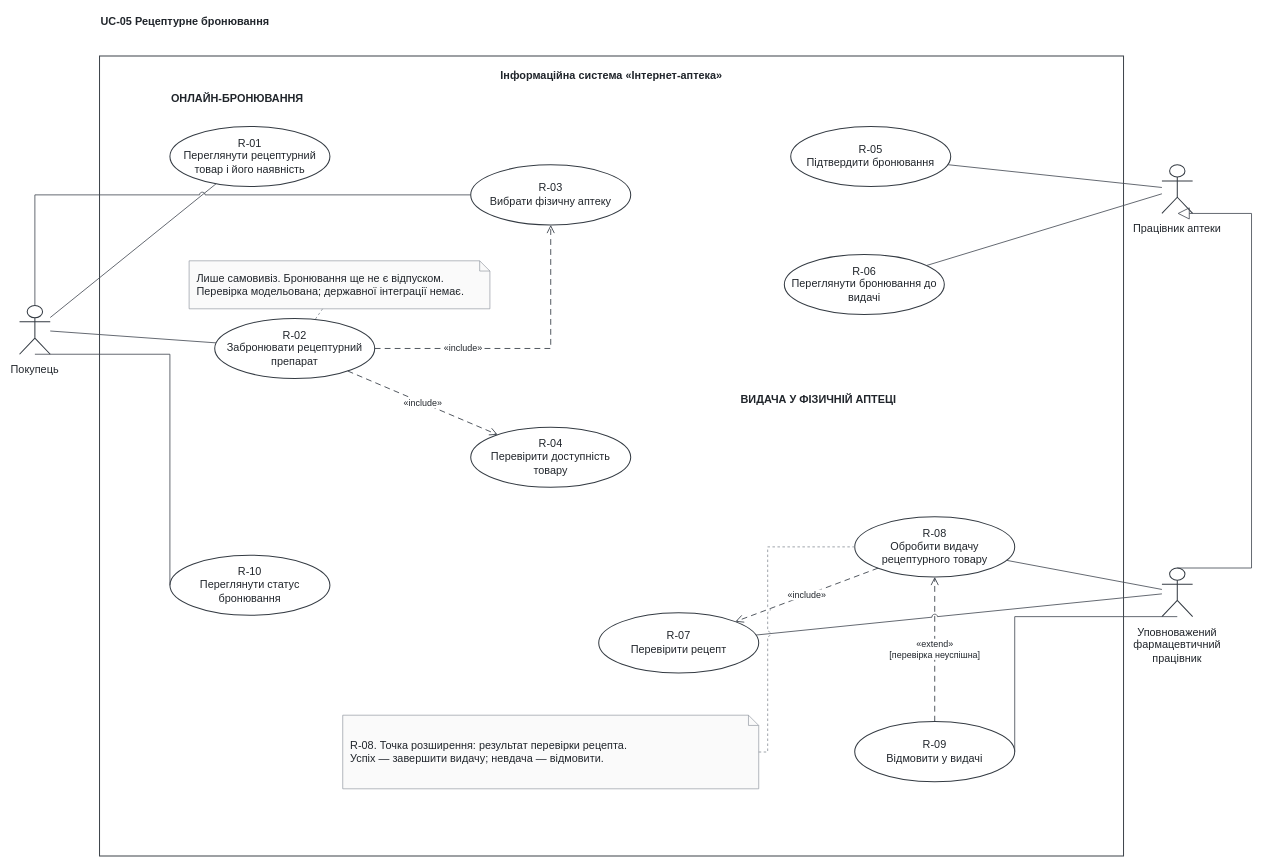
This is page "UC-05 Prescription Reservation" (6 of 6) of docs/diagrams/Internet_Pharmacy_Use_Cases.drawio from petro-fedyk/software-doc-design-project, a draw.io file, before an edit. Source tidied: cells renumbered, new cells numbered last; positions are measured from the earlier drawing's top-left corner, leaving out a move shared by most shapes. Both pictures are drawn from the tidied source at 64%, with x=0, y=0 at pixel (19, 11).
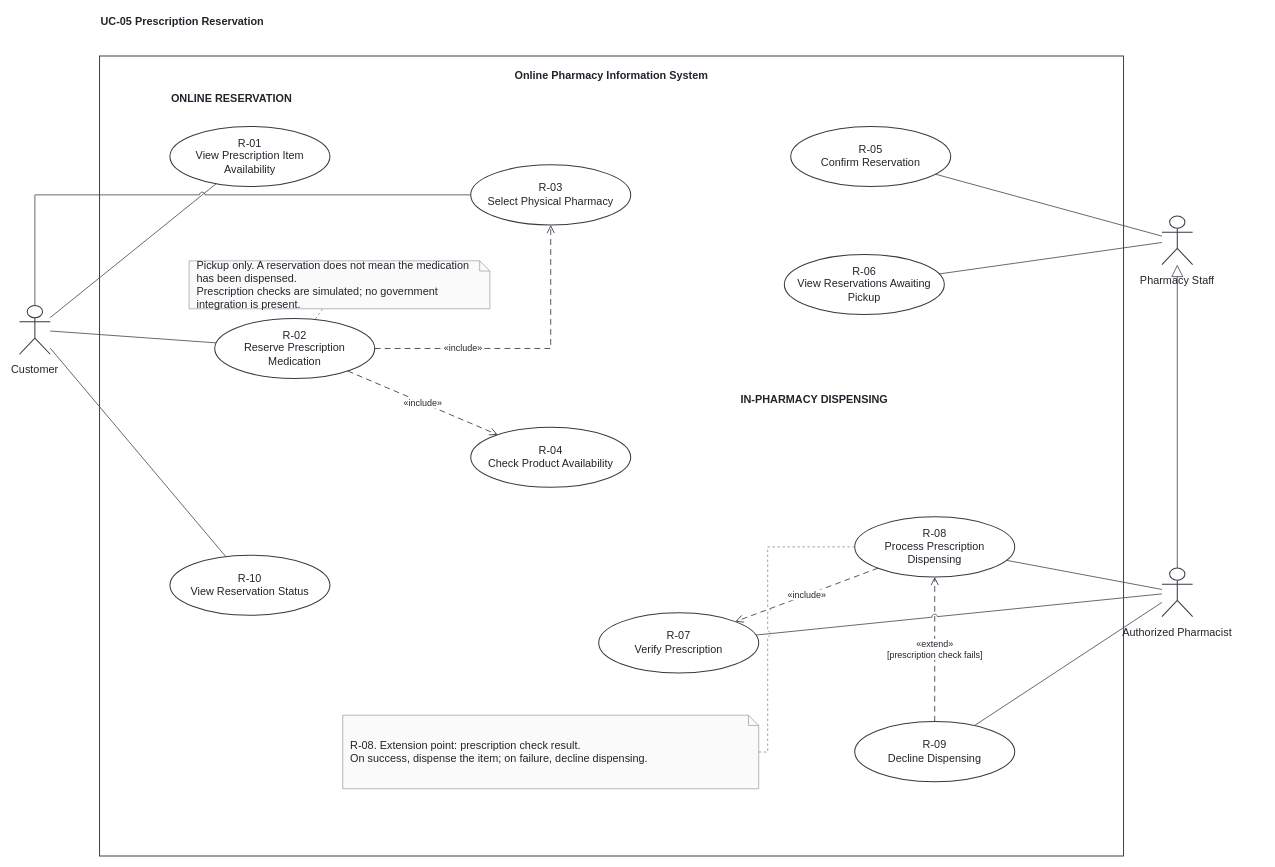
The same page after the edit.

What changed in the source:
```diff
@@
-    <mxCell id="2" value="Інформаційна система «Інтернет-аптека»" style="rounded=0;fillColor=none;strokeColor=#40464d;strokeWidth=1.6;verticalAlign=top;align=center;spacingTop=14;fontStyle=1;fontSize=20;html=1;whiteSpace=wrap;fontFamily=Arial;fontSize=17;fontColor=#20252b;" parent="1" vertex="1">
+    <mxCell id="2" value="Online Pharmacy Information System" style="rounded=0;fillColor=none;strokeColor=#40464d;strokeWidth=1.6;verticalAlign=top;align=center;spacingTop=14;fontStyle=1;fontSize=20;html=1;whiteSpace=wrap;fontFamily=Arial;fontSize=17;fontColor=#20252b;" parent="1" vertex="1">
       <mxGeometry x="125" y="70" width="1600" height="1250" as="geometry" />
     </mxCell>
-    <mxCell id="3" value="UC-05 Рецептурне бронювання" style="text;align=left;fontStyle=1;fontSize=24;html=1;whiteSpace=wrap;fontFamily=Arial;fontSize=17;fontColor=#20252b;" parent="1" vertex="1">
+    <mxCell id="3" value="UC-05 Prescription Reservation" style="text;align=left;fontStyle=1;fontSize=24;html=1;whiteSpace=wrap;fontFamily=Arial;fontSize=17;fontColor=#20252b;" parent="1" vertex="1">
       <mxGeometry x="125" width="1600" height="40" as="geometry" />
     </mxCell>
-    <mxCell id="4" value="R-01&lt;br&gt;Переглянути рецептурний товар і його наявність" style="ellipse;fillColor=#ffffff;strokeColor=#343b43;strokeWidth=1.6;spacing=9;html=1;whiteSpace=wrap;fontFamily=Arial;fontSize=17;fontColor=#20252b;" parent="1" vertex="1">
+    <mxCell id="4" value="R-01&lt;br&gt;View Prescription Item Availability" style="ellipse;fillColor=#ffffff;strokeColor=#343b43;strokeWidth=1.6;spacing=9;html=1;whiteSpace=wrap;fontFamily=Arial;fontSize=17;fontColor=#20252b;" parent="1" vertex="1">
       <mxGeometry x="235" y="180" width="250" height="94" as="geometry" />
     </mxCell>
-    <mxCell id="5" value="R-02&lt;br&gt;Забронювати рецептурний препарат" style="ellipse;fillColor=#ffffff;strokeColor=#343b43;strokeWidth=1.6;spacing=9;html=1;whiteSpace=wrap;fontFamily=Arial;fontSize=17;fontColor=#20252b;" parent="1" vertex="1">
+    <mxCell id="5" value="R-02&lt;br&gt;Reserve Prescription Medication" style="ellipse;fillColor=#ffffff;strokeColor=#343b43;strokeWidth=1.6;spacing=9;html=1;whiteSpace=wrap;fontFamily=Arial;fontSize=17;fontColor=#20252b;" parent="1" vertex="1">
       <mxGeometry x="305" y="480" width="250" height="94" as="geometry" />
     </mxCell>
-    <mxCell id="6" value="R-03&lt;br&gt;Вибрати фізичну аптеку" style="ellipse;fillColor=#ffffff;strokeColor=#343b43;strokeWidth=1.6;spacing=9;html=1;whiteSpace=wrap;fontFamily=Arial;fontSize=17;fontColor=#20252b;" parent="1" vertex="1">
+    <mxCell id="6" value="R-03&lt;br&gt;Select Physical Pharmacy" style="ellipse;fillColor=#ffffff;strokeColor=#343b43;strokeWidth=1.6;spacing=9;html=1;whiteSpace=wrap;fontFamily=Arial;fontSize=17;fontColor=#20252b;" parent="1" vertex="1">
       <mxGeometry x="705" y="240" width="250" height="94" as="geometry" />
     </mxCell>
-    <mxCell id="7" value="R-04&lt;br&gt;Перевірити доступність товару" style="ellipse;fillColor=#ffffff;strokeColor=#343b43;strokeWidth=1.6;spacing=9;html=1;whiteSpace=wrap;fontFamily=Arial;fontSize=17;fontColor=#20252b;" parent="1" vertex="1">
+    <mxCell id="7" value="R-04&lt;br&gt;Check Product Availability" style="ellipse;fillColor=#ffffff;strokeColor=#343b43;strokeWidth=1.6;spacing=9;html=1;whiteSpace=wrap;fontFamily=Arial;fontSize=17;fontColor=#20252b;" parent="1" vertex="1">
       <mxGeometry x="705" y="650" width="250" height="94" as="geometry" />
     </mxCell>
-    <mxCell id="8" value="R-10&lt;br&gt;Переглянути статус бронювання" style="ellipse;fillColor=#ffffff;strokeColor=#343b43;strokeWidth=1.6;spacing=9;html=1;whiteSpace=wrap;fontFamily=Arial;fontSize=17;fontColor=#20252b;" parent="1" vertex="1">
+    <mxCell id="8" value="R-10&lt;br&gt;View Reservation Status" style="ellipse;fillColor=#ffffff;strokeColor=#343b43;strokeWidth=1.6;spacing=9;html=1;whiteSpace=wrap;fontFamily=Arial;fontSize=17;fontColor=#20252b;" parent="1" vertex="1">
       <mxGeometry x="235" y="850" width="250" height="94" as="geometry" />
     </mxCell>
-    <mxCell id="9" value="R-05&lt;br&gt;Підтвердити бронювання" style="ellipse;fillColor=#ffffff;strokeColor=#343b43;strokeWidth=1.6;spacing=9;html=1;whiteSpace=wrap;fontFamily=Arial;fontSize=17;fontColor=#20252b;" parent="1" vertex="1">
+    <mxCell id="9" value="R-05&lt;br&gt;Confirm Reservation" style="ellipse;fillColor=#ffffff;strokeColor=#343b43;strokeWidth=1.6;spacing=9;html=1;whiteSpace=wrap;fontFamily=Arial;fontSize=17;fontColor=#20252b;" parent="1" vertex="1">
       <mxGeometry x="1205" y="180" width="250" height="94" as="geometry" />
     </mxCell>
-    <mxCell id="10" value="R-06&lt;br&gt;Переглянути бронювання до видачі" style="ellipse;fillColor=#ffffff;strokeColor=#343b43;strokeWidth=1.6;spacing=9;html=1;whiteSpace=wrap;fontFamily=Arial;fontSize=17;fontColor=#20252b;" parent="1" vertex="1">
+    <mxCell id="10" value="R-06&lt;br&gt;View Reservations Awaiting Pickup" style="ellipse;fillColor=#ffffff;strokeColor=#343b43;strokeWidth=1.6;spacing=9;html=1;whiteSpace=wrap;fontFamily=Arial;fontSize=17;fontColor=#20252b;" parent="1" vertex="1">
       <mxGeometry x="1195" y="380" width="250" height="94" as="geometry" />
     </mxCell>
-    <mxCell id="11" value="R-07&lt;br&gt;Перевірити рецепт" style="ellipse;fillColor=#ffffff;strokeColor=#343b43;strokeWidth=1.6;spacing=9;html=1;whiteSpace=wrap;fontFamily=Arial;fontSize=17;fontColor=#20252b;" parent="1" vertex="1">
+    <mxCell id="11" value="R-07&lt;br&gt;Verify Prescription" style="ellipse;fillColor=#ffffff;strokeColor=#343b43;strokeWidth=1.6;spacing=9;html=1;whiteSpace=wrap;fontFamily=Arial;fontSize=17;fontColor=#20252b;" parent="1" vertex="1">
       <mxGeometry x="905" y="940" width="250" height="94" as="geometry" />
     </mxCell>
-    <mxCell id="12" value="R-08&lt;br&gt;Обробити видачу рецептурного товару" style="ellipse;fillColor=#ffffff;strokeColor=#343b43;strokeWidth=1.6;spacing=9;html=1;whiteSpace=wrap;fontFamily=Arial;fontSize=17;fontColor=#20252b;" parent="1" vertex="1">
+    <mxCell id="12" value="R-08&lt;br&gt;Process Prescription Dispensing" style="ellipse;fillColor=#ffffff;strokeColor=#343b43;strokeWidth=1.6;spacing=9;html=1;whiteSpace=wrap;fontFamily=Arial;fontSize=17;fontColor=#20252b;" parent="1" vertex="1">
       <mxGeometry x="1305" y="790" width="250" height="94" as="geometry" />
     </mxCell>
-    <mxCell id="13" value="R-09&lt;br&gt;Відмовити у видачі" style="ellipse;fillColor=#ffffff;strokeColor=#343b43;strokeWidth=1.6;spacing=9;html=1;whiteSpace=wrap;fontFamily=Arial;fontSize=17;fontColor=#20252b;" parent="1" vertex="1">
+    <mxCell id="13" value="R-09&lt;br&gt;Decline Dispensing" style="ellipse;fillColor=#ffffff;strokeColor=#343b43;strokeWidth=1.6;spacing=9;html=1;whiteSpace=wrap;fontFamily=Arial;fontSize=17;fontColor=#20252b;" parent="1" vertex="1">
       <mxGeometry x="1305" y="1110" width="250" height="94" as="geometry" />
     </mxCell>
-    <mxCell id="14" value="ОНЛАЙН-БРОНЮВАННЯ" style="text;align=left;fontSize=15;fontStyle=1;fontColor=#606974;html=1;whiteSpace=wrap;fontFamily=Arial;fontSize=17;fontColor=#20252b;" parent="1" vertex="1">
+    <mxCell id="14" value="ONLINE RESERVATION" style="text;align=left;fontSize=15;fontStyle=1;fontColor=#606974;html=1;whiteSpace=wrap;fontFamily=Arial;fontSize=17;fontColor=#20252b;" parent="1" vertex="1">
       <mxGeometry x="235" y="120" width="600" height="30" as="geometry" />
     </mxCell>
-    <mxCell id="15" value="ВИДАЧА У ФІЗИЧНІЙ АПТЕЦІ" style="text;align=left;fontSize=15;fontStyle=1;fontColor=#606974;html=1;whiteSpace=wrap;fontFamily=Arial;fontSize=17;fontColor=#20252b;" parent="1" vertex="1">
+    <mxCell id="15" value="IN-PHARMACY DISPENSING" style="text;align=left;fontSize=15;fontStyle=1;fontColor=#606974;html=1;whiteSpace=wrap;fontFamily=Arial;fontSize=17;fontColor=#20252b;" parent="1" vertex="1">
       <mxGeometry x="1125" y="590" width="600" height="30" as="geometry" />
     </mxCell>
-    <mxCell id="16" value="Покупець" style="shape=umlActor;verticalLabelPosition=bottom;verticalAlign=top;labelPosition=center;align=center;labelWidth=200;spacingTop=8;outlineConnect=0;fillColor=#ffffff;strokeColor=#343b43;strokeWidth=1.6;html=1;whiteSpace=wrap;fontFamily=Arial;fontSize=17;fontColor=#20252b;" parent="1" vertex="1">
+    <mxCell id="16" value="Customer" style="shape=umlActor;verticalLabelPosition=bottom;verticalAlign=top;labelPosition=center;align=center;labelWidth=200;spacingTop=8;outlineConnect=0;fillColor=#ffffff;strokeColor=#343b43;strokeWidth=1.6;html=1;whiteSpace=wrap;fontFamily=Arial;fontSize=17;fontColor=#20252b;" parent="1" vertex="1">
       <mxGeometry y="460" width="48" height="76" as="geometry" />
     </mxCell>
-    <mxCell id="17" value="Працівник аптеки" style="shape=umlActor;verticalLabelPosition=bottom;verticalAlign=top;labelPosition=center;align=center;labelWidth=200;spacingTop=8;outlineConnect=0;fillColor=#ffffff;strokeColor=#343b43;strokeWidth=1.6;html=1;whiteSpace=wrap;fontFamily=Arial;fontSize=17;fontColor=#20252b;" parent="1" vertex="1">
-      <mxGeometry x="1785" y="240" width="48" height="76" as="geometry" />
+    <mxCell id="17" value="Pharmacy Staff" style="shape=umlActor;verticalLabelPosition=bottom;verticalAlign=top;labelPosition=center;align=center;labelWidth=200;spacingTop=8;outlineConnect=0;fillColor=#ffffff;strokeColor=#343b43;strokeWidth=1.6;html=1;whiteSpace=wrap;fontFamily=Arial;fontSize=17;fontColor=#20252b;" parent="1" vertex="1">
+      <mxGeometry x="1785" y="320" width="48" height="76" as="geometry" />
     </mxCell>
-    <mxCell id="18" value="Уповноважений фармацевтичний працівник" style="shape=umlActor;verticalLabelPosition=bottom;verticalAlign=top;labelPosition=center;align=center;labelWidth=200;spacingTop=8;outlineConnect=0;fillColor=#ffffff;strokeColor=#343b43;strokeWidth=1.6;html=1;whiteSpace=wrap;fontFamily=Arial;fontSize=17;fontColor=#20252b;" parent="1" vertex="1">
+    <mxCell id="18" value="Authorized Pharmacist" style="shape=umlActor;verticalLabelPosition=bottom;verticalAlign=top;labelPosition=center;align=center;labelWidth=200;spacingTop=8;outlineConnect=0;fillColor=#ffffff;strokeColor=#343b43;strokeWidth=1.6;html=1;whiteSpace=wrap;fontFamily=Arial;fontSize=17;fontColor=#20252b;" parent="1" vertex="1">
       <mxGeometry x="1785" y="870" width="48" height="76" as="geometry" />
     </mxCell>
-    <mxCell id="19" value="R-08. Точка розширення: результат перевірки рецепта.&lt;br&gt;Успіх — завершити видачу; невдача — відмовити." style="shape=note;size=16;align=left;verticalAlign=middle;spacing=12;fillColor=#fafafa;strokeColor=#8b929a;fontSize=15;html=1;whiteSpace=wrap;fontFamily=Arial;fontSize=17;fontColor=#20252b;" parent="1" vertex="1">
+    <mxCell id="19" value="R-08. Extension point: prescription check result.&lt;br&gt;On success, dispense the item; on failure, decline dispensing." style="shape=note;size=16;align=left;verticalAlign=middle;spacing=12;fillColor=#fafafa;strokeColor=#8b929a;fontSize=15;html=1;whiteSpace=wrap;fontFamily=Arial;fontSize=17;fontColor=#20252b;" parent="1" vertex="1">
       <mxGeometry x="505" y="1100" width="650" height="115" as="geometry" />
     </mxCell>
-    <mxCell id="20" value="Лише самовивіз. Бронювання ще не є відпуском.&lt;br&gt;Перевірка модельована; державної інтеграції немає." style="shape=note;size=16;align=left;verticalAlign=middle;spacing=12;fillColor=#fafafa;strokeColor=#8b929a;fontSize=15;html=1;whiteSpace=wrap;fontFamily=Arial;fontSize=17;fontColor=#20252b;" parent="1" vertex="1">
+    <mxCell id="20" value="Pickup only. A reservation does not mean the medication has been dispensed.&lt;br&gt;Prescription checks are simulated; no government integration is present." style="shape=note;size=16;align=left;verticalAlign=middle;spacing=12;fillColor=#fafafa;strokeColor=#8b929a;fontSize=15;html=1;whiteSpace=wrap;fontFamily=Arial;fontSize=17;fontColor=#20252b;" parent="1" vertex="1">
       <mxGeometry x="265" y="390" width="470" height="75" as="geometry" />
     </mxCell>
@@
-    <mxCell id="24" value="«extend»&lt;br&gt;[перевірка неуспішна]" style="edgeStyle=none;rounded=0;html=1;strokeWidth=1.3;strokeColor=#303740;fontFamily=Arial;fontSize=14;fontColor=#20252b;labelBackgroundColor=#ffffff;jumpStyle=arc;jumpSize=8;dashed=1;dashPattern=7 5;endArrow=open;endFill=0;endSize=10;exitX=0.5000000;exitY=0.0000000;exitPerimeter=0;entryX=0.5000000;entryY=1.0000000;entryPerimeter=0;" parent="1" edge="1" source="13" target="12">
+    <mxCell id="24" value="«extend»&lt;br&gt;[prescription check fails]" style="edgeStyle=none;rounded=0;html=1;strokeWidth=1.3;strokeColor=#303740;fontFamily=Arial;fontSize=14;fontColor=#20252b;labelBackgroundColor=#ffffff;jumpStyle=arc;jumpSize=8;dashed=1;dashPattern=7 5;endArrow=open;endFill=0;endSize=10;exitX=0.5000000;exitY=0.0000000;exitPerimeter=0;entryX=0.5000000;entryY=1.0000000;entryPerimeter=0;" parent="1" edge="1" source="13" target="12">
       <mxGeometry relative="1" as="geometry" />
     </mxCell>
-    <mxCell id="25" style="edgeStyle=none;rounded=0;html=1;strokeWidth=1.3;strokeColor=#454c55;fontFamily=Arial;fontSize=14;fontColor=#20252b;labelBackgroundColor=#ffffff;jumpStyle=arc;jumpSize=8;endArrow=block;endFill=0;endSize=16;exitX=0.5000000;exitY=0.0000000;exitPerimeter=0;entryX=0.5000000;entryY=1.0000000;entryPerimeter=0;" parent="1" edge="1" source="18" target="17">
-      <mxGeometry relative="1" as="geometry">
-        <Array as="points">
-          <mxPoint x="1925" y="870" />
-          <mxPoint x="1925" y="316" />
-        </Array>
-      </mxGeometry>
+    <mxCell id="25" style="edgeStyle=none;rounded=0;html=1;strokeWidth=1.3;strokeColor=#454c55;fontFamily=Arial;fontSize=14;fontColor=#20252b;labelBackgroundColor=#ffffff;jumpStyle=arc;jumpSize=8;endArrow=block;endFill=0;endSize=16;exitX=0.500000;exitY=0.000000;exitPerimeter=0;entryX=0.500000;entryY=1.000000;entryPerimeter=0;" parent="1" edge="1" source="18" target="17">
+      <mxGeometry relative="1" as="geometry" />
     </mxCell>
-    <mxCell id="26" style="edgeStyle=none;rounded=0;html=1;strokeWidth=1.3;strokeColor=#454c55;fontFamily=Arial;fontSize=14;fontColor=#20252b;labelBackgroundColor=#ffffff;jumpStyle=arc;jumpSize=8;endArrow=none;exitX=1.0000000;exitY=0.2453008;exitPerimeter=0;entryX=0.2887367;entryY=0.9531753;entryPerimeter=0;" parent="1" edge="1" source="16" target="4">
+    <mxCell id="26" style="edgeStyle=none;rounded=0;html=1;strokeWidth=1.3;strokeColor=#454c55;fontFamily=Arial;fontSize=14;fontColor=#20252b;labelBackgroundColor=#ffffff;jumpStyle=arc;jumpSize=8;endArrow=none;exitX=1.000000;exitY=0.245301;exitPerimeter=0;entryX=0.288737;entryY=0.953175;entryPerimeter=0;" parent="1" edge="1" source="16" target="4">
       <mxGeometry relative="1" as="geometry" />
     </mxCell>
-    <mxCell id="27" style="edgeStyle=none;rounded=0;html=1;strokeWidth=1.3;strokeColor=#454c55;fontFamily=Arial;fontSize=14;fontColor=#20252b;labelBackgroundColor=#ffffff;jumpStyle=arc;jumpSize=8;endArrow=none;exitX=1.0000000;exitY=0.5225564;exitPerimeter=0;entryX=0.0087850;entryY=0.4066841;entryPerimeter=0;" parent="1" edge="1" source="16" target="5">
+    <mxCell id="27" style="edgeStyle=none;rounded=0;html=1;strokeWidth=1.3;strokeColor=#454c55;fontFamily=Arial;fontSize=14;fontColor=#20252b;labelBackgroundColor=#ffffff;jumpStyle=arc;jumpSize=8;endArrow=none;exitX=1.000000;exitY=0.522556;exitPerimeter=0;entryX=0.008785;entryY=0.406684;entryPerimeter=0;" parent="1" edge="1" source="16" target="5">
       <mxGeometry relative="1" as="geometry" />
     </mxCell>
-    <mxCell id="28" style="edgeStyle=none;rounded=0;html=1;strokeWidth=1.3;strokeColor=#454c55;fontFamily=Arial;fontSize=14;fontColor=#20252b;labelBackgroundColor=#ffffff;jumpStyle=arc;jumpSize=8;endArrow=none;exitX=0.5000000;exitY=0.0000000;exitPerimeter=0;entryX=0.0000000;entryY=0.5000000;entryPerimeter=0;" parent="1" edge="1" source="16" target="6">
+    <mxCell id="28" style="edgeStyle=none;rounded=0;html=1;strokeWidth=1.3;strokeColor=#454c55;fontFamily=Arial;fontSize=14;fontColor=#20252b;labelBackgroundColor=#ffffff;jumpStyle=arc;jumpSize=8;endArrow=none;exitX=0.500000;exitY=0.000000;exitPerimeter=0;entryX=0.000000;entryY=0.500000;entryPerimeter=0;" parent="1" edge="1" source="16" target="6">
       <mxGeometry relative="1" as="geometry">
         <Array as="points">
           <mxPoint x="24" y="287" />
         </Array>
       </mxGeometry>
     </mxCell>
-    <mxCell id="29" style="edgeStyle=none;rounded=0;html=1;strokeWidth=1.3;strokeColor=#454c55;fontFamily=Arial;fontSize=14;fontColor=#20252b;labelBackgroundColor=#ffffff;jumpStyle=arc;jumpSize=8;endArrow=none;exitX=0.5000000;exitY=1.0000000;exitPerimeter=0;entryX=0.0000000;entryY=0.5000000;entryPerimeter=0;" parent="1" edge="1" source="16" target="8">
-      <mxGeometry relative="1" as="geometry">
-        <Array as="points">
-          <mxPoint x="235" y="536" />
-        </Array>
-      </mxGeometry>
+    <mxCell id="29" style="edgeStyle=none;rounded=0;html=1;strokeWidth=1.3;strokeColor=#454c55;fontFamily=Arial;fontSize=14;fontColor=#20252b;labelBackgroundColor=#ffffff;jumpStyle=arc;jumpSize=8;endArrow=none;exitX=1.000000;exitY=0.875000;exitPerimeter=0;entryX=0.349069;entryY=0.023324;entryPerimeter=0;" parent="1" edge="1" source="16" target="8">
+      <mxGeometry relative="1" as="geometry" />
     </mxCell>
-    <mxCell id="30" style="edgeStyle=none;rounded=0;html=1;strokeWidth=1.3;strokeColor=#454c55;fontFamily=Arial;fontSize=14;fontColor=#20252b;labelBackgroundColor=#ffffff;jumpStyle=arc;jumpSize=8;endArrow=none;exitX=0.0000000;exitY=0.4663773;exitPerimeter=0;entryX=0.9810840;entryY=0.6362284;entryPerimeter=0;" parent="1" edge="1" source="17" target="9">
+    <mxCell id="30" style="edgeStyle=none;rounded=0;html=1;strokeWidth=1.3;strokeColor=#454c55;fontFamily=Arial;fontSize=14;fontColor=#20252b;labelBackgroundColor=#ffffff;jumpStyle=arc;jumpSize=8;endArrow=none;exitX=0.000000;exitY=0.413636;exitPerimeter=0;entryX=0.904352;entryY=0.794108;entryPerimeter=0;" parent="1" edge="1" source="17" target="9">
       <mxGeometry relative="1" as="geometry" />
     </mxCell>
-    <mxCell id="31" style="edgeStyle=none;rounded=0;html=1;strokeWidth=1.3;strokeColor=#454c55;fontFamily=Arial;fontSize=14;fontColor=#20252b;labelBackgroundColor=#ffffff;jumpStyle=arc;jumpSize=8;endArrow=none;exitX=0.0000000;exitY=0.5962222;exitPerimeter=0;entryX=0.8884594;entryY=0.1851996;entryPerimeter=0;" parent="1" edge="1" source="17" target="10">
+    <mxCell id="31" style="edgeStyle=none;rounded=0;html=1;strokeWidth=1.3;strokeColor=#454c55;fontFamily=Arial;fontSize=14;fontColor=#20252b;labelBackgroundColor=#ffffff;jumpStyle=arc;jumpSize=8;endArrow=none;exitX=0.000000;exitY=0.544559;exitPerimeter=0;entryX=0.968122;entryY=0.324324;entryPerimeter=0;" parent="1" edge="1" source="17" target="10">
       <mxGeometry relative="1" as="geometry" />
     </mxCell>
-    <mxCell id="32" style="edgeStyle=none;rounded=0;html=1;strokeWidth=1.3;strokeColor=#454c55;fontFamily=Arial;fontSize=14;fontColor=#20252b;labelBackgroundColor=#ffffff;jumpStyle=arc;jumpSize=8;endArrow=none;exitX=0.0000000;exitY=0.5320249;exitPerimeter=0;entryX=0.9827494;entryY=0.3697962;entryPerimeter=0;" parent="1" edge="1" source="18" target="11">
+    <mxCell id="32" style="edgeStyle=none;rounded=0;html=1;strokeWidth=1.3;strokeColor=#454c55;fontFamily=Arial;fontSize=14;fontColor=#20252b;labelBackgroundColor=#ffffff;jumpStyle=arc;jumpSize=8;endArrow=none;exitX=0.000000;exitY=0.532025;exitPerimeter=0;entryX=0.982749;entryY=0.369796;entryPerimeter=0;" parent="1" edge="1" source="18" target="11">
       <mxGeometry relative="1" as="geometry" />
     </mxCell>
-    <mxCell id="33" style="edgeStyle=none;rounded=0;html=1;strokeWidth=1.3;strokeColor=#454c55;fontFamily=Arial;fontSize=14;fontColor=#20252b;labelBackgroundColor=#ffffff;jumpStyle=arc;jumpSize=8;endArrow=none;exitX=0.0000000;exitY=0.4408415;exitPerimeter=0;entryX=0.9475297;entryY=0.7229735;entryPerimeter=0;" parent="1" edge="1" source="18" target="12">
+    <mxCell id="33" style="edgeStyle=none;rounded=0;html=1;strokeWidth=1.3;strokeColor=#454c55;fontFamily=Arial;fontSize=14;fontColor=#20252b;labelBackgroundColor=#ffffff;jumpStyle=arc;jumpSize=8;endArrow=none;exitX=0.000000;exitY=0.440842;exitPerimeter=0;entryX=0.947530;entryY=0.722973;entryPerimeter=0;" parent="1" edge="1" source="18" target="12">
       <mxGeometry relative="1" as="geometry" />
     </mxCell>
-    <mxCell id="34" style="edgeStyle=none;rounded=0;html=1;strokeWidth=1.3;strokeColor=#454c55;fontFamily=Arial;fontSize=14;fontColor=#20252b;labelBackgroundColor=#ffffff;jumpStyle=arc;jumpSize=8;endArrow=none;exitX=0.5000000;exitY=1.0000000;exitPerimeter=0;entryX=1.0000000;entryY=0.5000000;entryPerimeter=0;" parent="1" edge="1" source="18" target="13">
-      <mxGeometry relative="1" as="geometry">
-        <Array as="points">
-          <mxPoint x="1555" y="946" />
-        </Array>
-      </mxGeometry>
+    <mxCell id="34" style="edgeStyle=none;rounded=0;html=1;strokeWidth=1.3;strokeColor=#454c55;fontFamily=Arial;fontSize=14;fontColor=#20252b;labelBackgroundColor=#ffffff;jumpStyle=arc;jumpSize=8;endArrow=none;exitX=0.000000;exitY=0.707471;exitPerimeter=0;entryX=0.748356;entryY=0.066042;entryPerimeter=0;" parent="1" edge="1" source="18" target="13">
+      <mxGeometry relative="1" as="geometry" />
     </mxCell>
```
